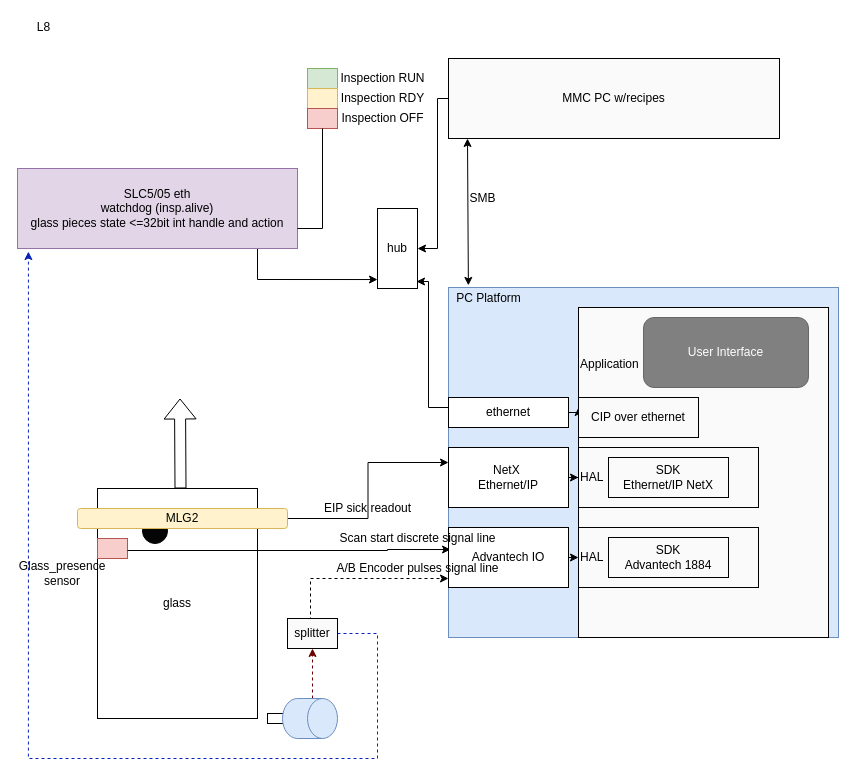
Above: page "schema" (1 of 7) of Inspection Platform Dataflow.drawio in megavad/Diagrams (draw.io), before the change. Source tidied: cells renumbered, new cells numbered last; positions are measured from the earlier drawing's top-left corner, leaving out a move shared by most shapes. Both pictures are drawn from the tidied source at 100%, with x=0, y=0 at pixel (17, 17).
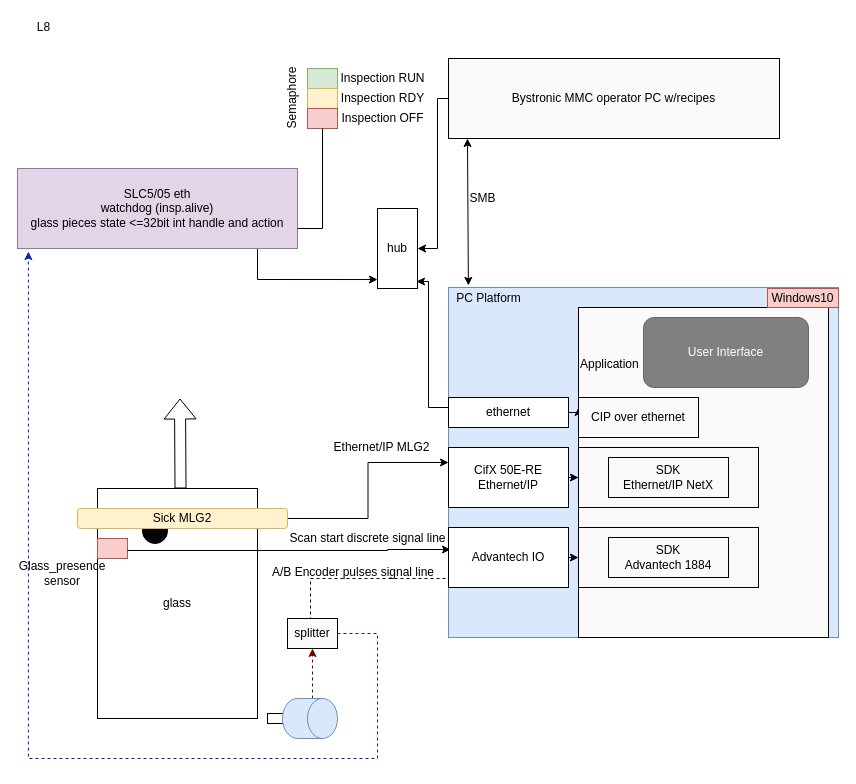
Above is the later version.

Unchanged cells that the change refers to:
```xml
<mxCell id="18" style="rounded=0;whiteSpace=wrap;html=1;fillColor=#f8cecc;strokeColor=#b85450;" parent="1" vertex="1">
  <mxGeometry x="80" y="521" width="30" height="20" as="geometry" />
</mxCell>
<mxCell id="22" value="Advantech IO" style="rounded=0;whiteSpace=wrap;html=1;" parent="1" vertex="1">
  <mxGeometry x="431" y="510" width="120" height="60" as="geometry" />
</mxCell>
<mxCell id="32" value="splitter" style="rounded=0;whiteSpace=wrap;html=1;fillColor=#FAFAFA;" parent="1" vertex="1">
  <mxGeometry x="270" y="601" width="50" height="30" as="geometry" />
</mxCell>
```

Change to the diagram source:
```diff
@@
-    <mxCell id="15" value="NetX&amp;nbsp;&lt;br&gt;Ethernet/IP" style="rounded=0;whiteSpace=wrap;html=1;" parent="1" vertex="1">
+    <mxCell id="15" value="CifX 50E-RE&lt;br&gt;Ethernet/IP" style="rounded=0;whiteSpace=wrap;html=1;" parent="1" vertex="1">
       <mxGeometry x="431" y="430" width="120" height="60" as="geometry" />
     </mxCell>
@@
     <mxCell id="19" style="edgeStyle=orthogonalEdgeStyle;rounded=0;jettySize=auto;html=1;entryX=0.017;entryY=0.367;entryDx=0;entryDy=0;entryPerimeter=0;" parent="1" edge="1" source="18" target="22">
       <mxGeometry relative="1" as="geometry">
         <Array as="points">
           <mxPoint x="370" y="533" />
+          <mxPoint x="370" y="532" />
         </Array>
       </mxGeometry>
     </mxCell>
@@
-    <mxCell id="23" style="edgeStyle=orthogonalEdgeStyle;rounded=0;jettySize=auto;html=1;dashed=1;exitX=0.5;exitY=0;exitDx=0;exitDy=0;" parent="1" edge="1" source="32" target="22">
-      <mxGeometry relative="1" as="geometry">
-        <Array as="points">
-          <mxPoint x="293" y="601" />
-          <mxPoint x="293" y="561" />
-        </Array>
-      </mxGeometry>
-    </mxCell>
@@
     <mxCell id="26" value="Scan start discrete signal line" style="text;html=1;align=center;verticalAlign=middle;strokeColor=none;fillColor=none;" parent="1" vertex="1">
-      <mxGeometry x="315" y="511" width="170" height="20" as="geometry" />
+      <mxGeometry x="265" y="511" width="170" height="20" as="geometry" />
     </mxCell>
-    <mxCell id="27" value="EIP sick readout" style="text;html=1;align=center;verticalAlign=middle;strokeColor=none;fillColor=none;" parent="1" vertex="1">
-      <mxGeometry x="300" y="481" width="100" height="20" as="geometry" />
+    <mxCell id="27" value="Ethernet/IP MLG2" style="text;html=1;align=center;verticalAlign=middle;strokeColor=none;fillColor=none;" parent="1" vertex="1">
+      <mxGeometry x="304" y="415" width="120" height="30" as="geometry" />
     </mxCell>
-    <mxCell id="28" value="MLG2" style="rounded=1;whiteSpace=wrap;html=1;fillColor=#fff2cc;strokeColor=#d6b656;" parent="1" vertex="1">
+    <mxCell id="28" value="Sick MLG2" style="rounded=1;whiteSpace=wrap;html=1;fillColor=#fff2cc;strokeColor=#d6b656;" parent="1" vertex="1">
       <mxGeometry x="60" y="491" width="210" height="20" as="geometry" />
     </mxCell>
@@
-    <mxCell id="30" value="A/B Encoder pulses signal line" style="text;html=1;align=center;verticalAlign=middle;strokeColor=none;fillColor=none;" parent="1" vertex="1">
-      <mxGeometry x="310" y="541" width="180" height="20" as="geometry" />
-    </mxCell>
@@
-    <mxCell id="38" value="HAL" style="rounded=0;whiteSpace=wrap;html=1;fillColor=#FAFAFA;align=left;" parent="1" vertex="1">
+    <mxCell id="38" style="rounded=0;whiteSpace=wrap;html=1;fillColor=#FAFAFA;align=left;" parent="1" vertex="1">
       <mxGeometry x="561" y="430" width="180" height="60" as="geometry" />
     </mxCell>
@@
-    <mxCell id="40" value="HAL" style="rounded=0;whiteSpace=wrap;html=1;fillColor=#FAFAFA;align=left;" parent="1" vertex="1">
+    <mxCell id="40" style="rounded=0;whiteSpace=wrap;html=1;fillColor=#FAFAFA;align=left;" parent="1" vertex="1">
       <mxGeometry x="561" y="510" width="180" height="60" as="geometry" />
     </mxCell>
@@
-    <mxCell id="44" value="MMC PC w/recipes" style="rounded=0;whiteSpace=wrap;html=1;fillColor=#FAFAFA;" parent="1" vertex="1">
+    <mxCell id="44" value="Bystronic MMC operator PC w/recipes" style="rounded=0;whiteSpace=wrap;html=1;fillColor=#FAFAFA;" parent="1" vertex="1">
       <mxGeometry x="431" y="41" width="331" height="80" as="geometry" />
     </mxCell>
@@
+    <mxCell id="23" style="edgeStyle=orthogonalEdgeStyle;rounded=0;jettySize=auto;html=1;dashed=1;exitX=0.5;exitY=0;exitDx=0;exitDy=0;endArrow=none;entryX=0;entryY=0.75;entryDx=0;entryDy=0;" parent="1" edge="1" source="32" target="22">
+      <mxGeometry relative="1" as="geometry">
+        <Array as="points">
+          <mxPoint x="293" y="601" />
+          <mxPoint x="293" y="561" />
+          <mxPoint x="431" y="561" />
+        </Array>
+      </mxGeometry>
+    </mxCell>
+    <mxCell id="30" value="&lt;span style=&quot;&quot;&gt;A/B Encoder pulses signal line&lt;/span&gt;" style="text;html=1;strokeColor=none;fillColor=none;align=center;verticalAlign=middle;whiteSpace=wrap;rounded=0;" parent="1" vertex="1">
+      <mxGeometry x="241" y="540" width="190" height="30" as="geometry" />
+    </mxCell>
+    <mxCell id="50" value="Semaphore" style="text;html=1;align=center;verticalAlign=middle;strokeColor=none;fillColor=none;rotation=270;" parent="1" vertex="1">
+      <mxGeometry x="230" y="66" width="90" height="30" as="geometry" />
+    </mxCell>
+    <mxCell id="51" value="Windows10" style="text;html=1;strokeColor=#b85450;fillColor=#f8cecc;align=center;verticalAlign=middle;whiteSpace=wrap;rounded=0;" parent="1" vertex="1">
+      <mxGeometry x="750" y="271" width="71" height="19" as="geometry" />
+    </mxCell>
```
